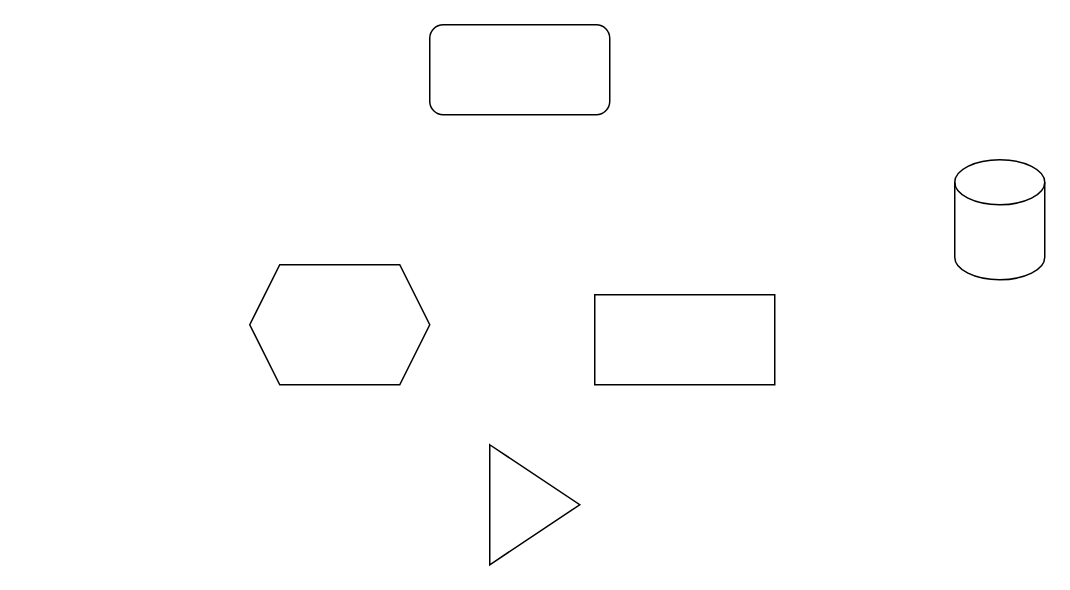
Before: Untitled Diagram.drawio in viethuynhvn/helm, a draw.io diagram. Source tidied: cells renumbered, new cells numbered last; positions are measured from the earlier drawing's top-left corner, leaving out a move shared by most shapes. Both pictures are drawn from the tidied source at 150%, with x=0, y=0 at pixel (249, 24).
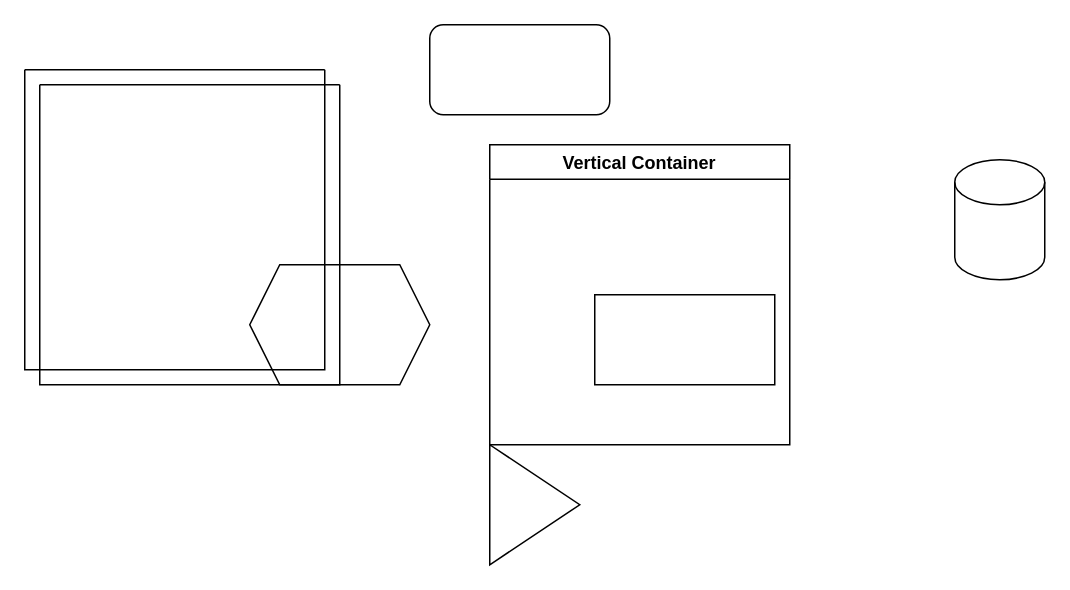
The same page after the edit.

The edit, as a diff of the source:
```diff
@@
 <mxGraphModel>
   <root>
     <mxCell id="0" />
     <mxCell id="1" parent="0" />
     <mxCell id="2" style="rounded=1;whiteSpace=wrap;html=1;" parent="1" vertex="1">
       <mxGeometry x="120" width="120" height="60" as="geometry" />
     </mxCell>
     <mxCell id="3" style="rounded=0;whiteSpace=wrap;html=1;" parent="1" vertex="1">
       <mxGeometry x="230" y="180" width="120" height="60" as="geometry" />
     </mxCell>
     <mxCell id="4" style="shape=cylinder3;whiteSpace=wrap;html=1;boundedLbl=1;backgroundOutline=1;size=15;" parent="1" vertex="1">
       <mxGeometry x="470" y="90" width="60" height="80" as="geometry" />
     </mxCell>
     <mxCell id="5" style="shape=hexagon;perimeter=hexagonPerimeter2;whiteSpace=wrap;html=1;fixedSize=1;" parent="1" vertex="1">
       <mxGeometry y="160" width="120" height="80" as="geometry" />
     </mxCell>
     <mxCell id="6" style="triangle;whiteSpace=wrap;html=1;" parent="1" vertex="1">
       <mxGeometry x="160" y="280" width="60" height="80" as="geometry" />
     </mxCell>
+    <mxCell id="7" value="Vertical Container" style="swimlane;" parent="1" vertex="1">
+      <mxGeometry x="160" y="80" width="200" height="200" as="geometry" />
+    </mxCell>
+    <mxCell id="8" style="swimlane;startSize=0;" parent="1" vertex="1">
+      <mxGeometry x="-150" y="30" width="200" height="200" as="geometry" />
+    </mxCell>
+    <mxCell id="9" style="swimlane;startSize=0;" parent="1" vertex="1">
+      <mxGeometry x="-140" y="40" width="200" height="200" as="geometry" />
+    </mxCell>
   </root>
 </mxGraphModel>
```
